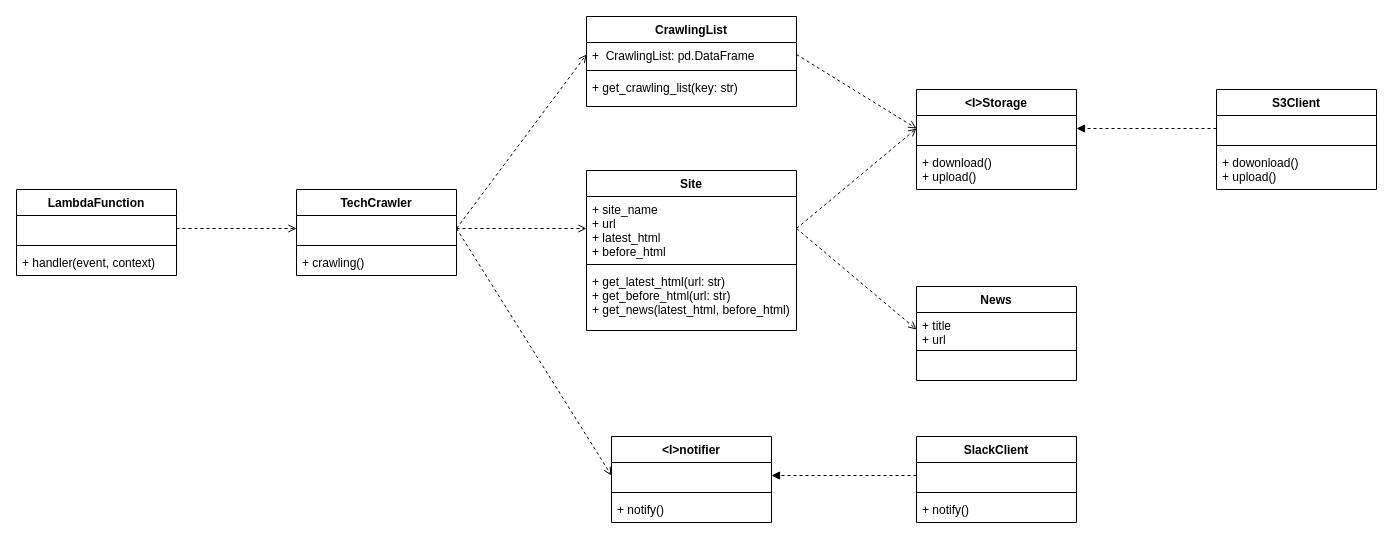
This is docs/class_diagram.dio from diagonal-m/tech-crawler, a draw.io file, before an edit. Source tidied: cells renumbered, new cells numbered last; positions are measured from the earlier drawing's top-left corner, leaving out a move shared by most shapes. Both pictures are drawn from the tidied source at 100%, with x=0, y=0 at pixel (16, 16).
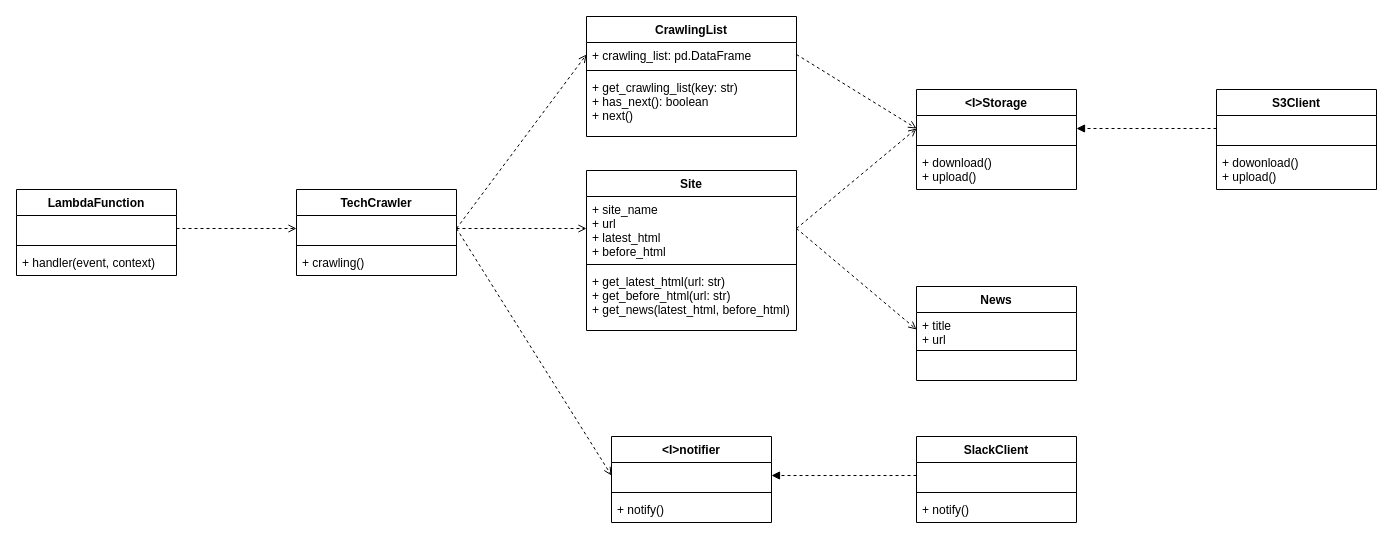
After the change.

The edit, as a diff of the source:
```diff
@@
     <mxCell id="40" value="CrawlingList" style="swimlane;fontStyle=1;align=center;verticalAlign=top;horizontal=1;startSize=26;" parent="1" vertex="1">
-      <mxGeometry x="570" width="210" height="90" as="geometry" />
+      <mxGeometry x="570" width="210" height="120" as="geometry" />
     </mxCell>
-    <mxCell id="41" value="+  CrawlingList: pd.DataFrame" style="text;strokeColor=none;fillColor=none;align=left;verticalAlign=top;spacingLeft=4;spacingRight=4;overflow=hidden;points=[[0,0.5],[1,0.5]];portConstraint=eastwest;" parent="40" vertex="1">
+    <mxCell id="41" value="+ crawling_list: pd.DataFrame" style="text;strokeColor=none;fillColor=none;align=left;verticalAlign=top;spacingLeft=4;spacingRight=4;overflow=hidden;points=[[0,0.5],[1,0.5]];portConstraint=eastwest;" parent="40" vertex="1">
       <mxGeometry y="26" width="210" height="24" as="geometry" />
     </mxCell>
@@
-    <mxCell id="43" value="+ get_crawling_list(key: str)" style="text;strokeColor=none;fillColor=none;align=left;verticalAlign=top;spacingLeft=4;spacingRight=4;overflow=hidden;" parent="40" vertex="1">
-      <mxGeometry y="58" width="210" height="32" as="geometry" />
+    <mxCell id="43" value="+ get_crawling_list(key: str)&#10;+ has_next(): boolean&#10;+ next()" style="text;strokeColor=none;fillColor=none;align=left;verticalAlign=top;spacingLeft=4;spacingRight=4;overflow=hidden;" parent="40" vertex="1">
+      <mxGeometry y="58" width="210" height="62" as="geometry" />
     </mxCell>
```
